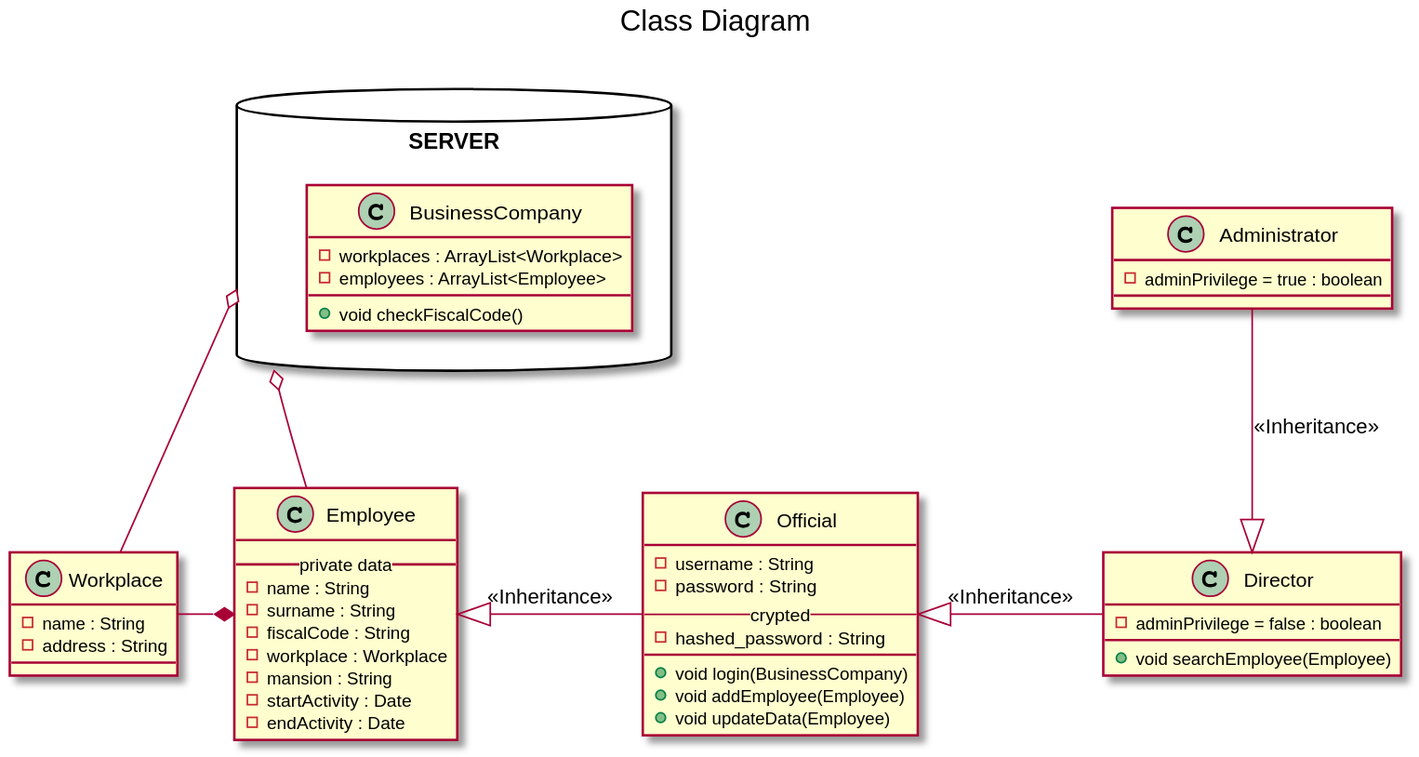
Above: Assegnamento3/src/main/resources/ClassDiagram.svg in danielepelleg/software_engineering (PlantUML), before the change. The source it was exported from:
```plantuml
@startuml
title Class Diagram

top to bottom direction

package SERVER <<Database>> {
  class BusinessCompany{
    -workplaces : ArrayList<Workplace>
    -employees : ArrayList<Employee>
    +void checkFiscalCode()
  }
}

SERVER o-down- Workplace
SERVER o-down- Employee

class Workplace{
    -name : String
    -address : String
}

class Employee {
    __ private data __
    -name : String
    -surname : String
    -fiscalCode : String
    -workplace : Workplace
    -mansion : String
    -startActivity : Date
    -endActivity : Date
}

Employee *-left- Workplace

class Official {
    -username : String
    -password : String
    -- crypted --
    -hashed_password : String
    ____
    +void login(BusinessCompany)
    +void addEmployee(Employee)
    +void updateData(Employee)
}

class Director {
    -adminPrivilege = false : boolean
    +void searchEmployee(Employee)
}

Employee <|-right- Official : <<Inheritance>>
Official <|-right- Director : <<Inheritance>>
Director <|-up- Administrator : <<Inheritance>>

class Administrator {
    -adminPrivilege = true : boolean
}
@enduml
```
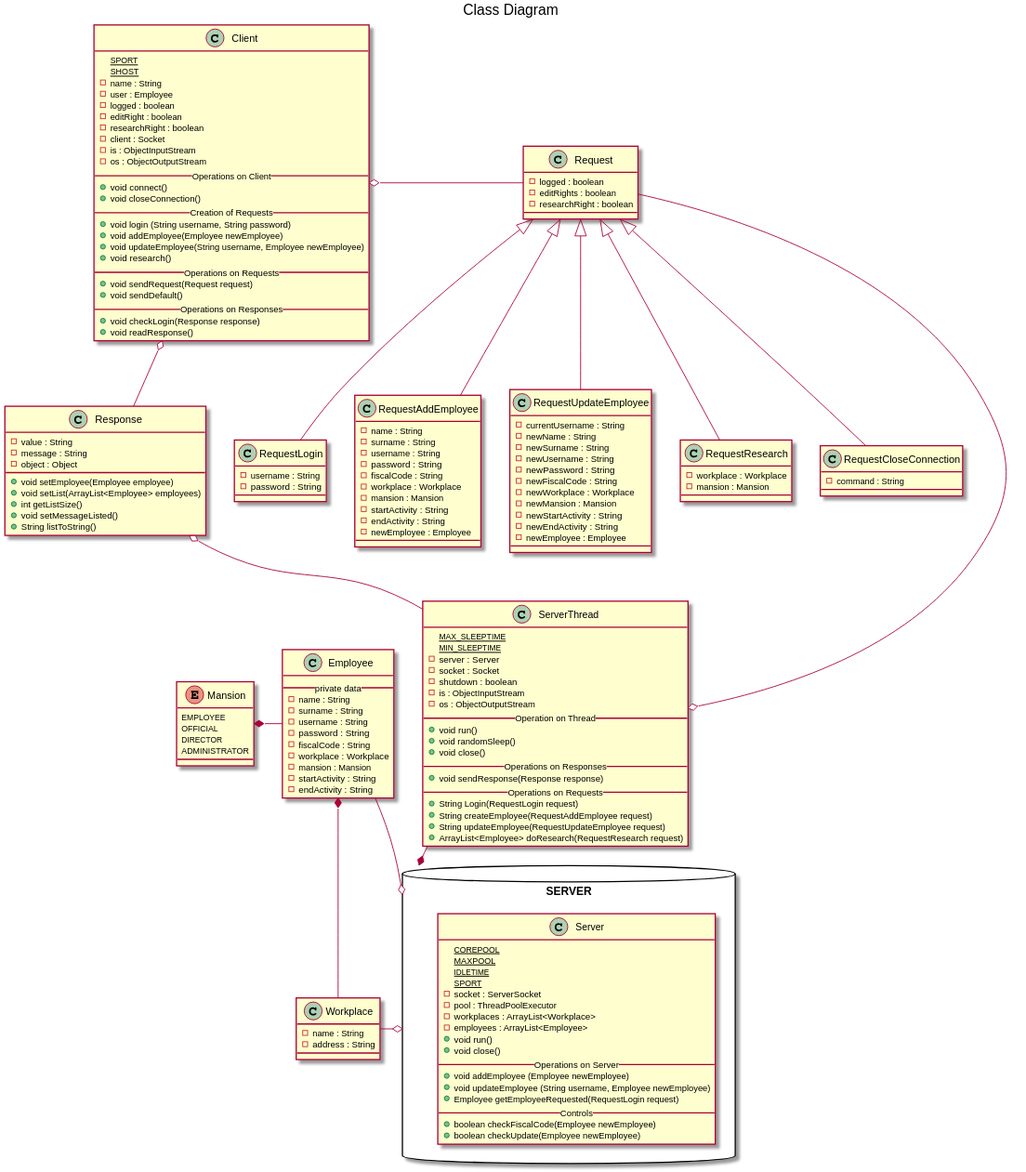
The same diagram one commit later.

Change to the diagram source:
```diff
@@ -4,15 +4,76 @@
 top to bottom direction
 
 package SERVER <<Database>> {
-  class BusinessCompany{
+  class Server{
+    {static} COREPOOL
+    {static} MAXPOOL
+    {static} IDLETIME
+    {static} SPORT
+    -socket : ServerSocket
+    -pool : ThreadPoolExecutor
     -workplaces : ArrayList<Workplace>
     -employees : ArrayList<Employee>
-    +void checkFiscalCode()
+    +void run()
+    +void close()
+    __ Operations on Server __
+    +void addEmployee (Employee newEmployee)
+    +void updateEmployee (String username, Employee newEmployee)
+    +Employee getEmployeeRequested(RequestLogin request)
+    __ Controls __
+    +boolean checkFiscalCode(Employee newEmployee)
+    +boolean checkUpdate(Employee newEmployee)
   }
 }
 
-SERVER o-down- Workplace
-SERVER o-down- Employee
+class ServerThread{
+    {static} MAX_SLEEPTIME
+    {static} MIN_SLEEPTIME
+    -server : Server
+    -socket : Socket
+    -shutdown : boolean
+    -is : ObjectInputStream
+    -os : ObjectOutputStream
+    __ Operation on Thread __
+    +void run()
+    +void randomSleep()
+    +void close()
+    __ Operations on Responses __
+    +void sendResponse(Response response)
+    __ Operations on Requests __
+    +String Login(RequestLogin request)
+    +String createEmployee(RequestAddEmployee request)
+    +String updateEmployee(RequestUpdateEmployee request)
+    +ArrayList<Employee> doResearch(RequestResearch request)
+}
+
+SERVER *-up- ServerThread
+
+class Client{
+    {static} SPORT
+    {static} SHOST
+    -name : String
+    -user : Employee
+    -logged : boolean
+    -editRight : boolean
+    -researchRight : boolean
+    -client : Socket
+    -is : ObjectInputStream
+    -os : ObjectOutputStream
+    __ Operations on Client __
+    +void connect()
+    +void closeConnection()
+    __ Creation of Requests __
+    +void login (String username, String password)
+        +void addEmployee(Employee newEmployee)
+        +void updateEmployee(String username, Employee newEmployee)
+        +void research()
+    __ Operations on Requests __
+    +void sendRequest(Request request)
+    +void sendDefault()
+    __ Operations on Responses __
+    +void checkLogin(Response response)
+    +void readResponse()
+}
 
 class Workplace{
     -name : String
@@ -23,36 +84,97 @@
     __ private data __
     -name : String
     -surname : String
+    -username : String
+    -password : String
     -fiscalCode : String
     -workplace : Workplace
-    -mansion : String
-    -startActivity : Date
-    -endActivity : Date
+    -mansion : Mansion
+    -startActivity : String
+    -endActivity : String
 }
 
-Employee *-left- Workplace
+Employee -o SERVER
+Workplace -o SERVER
 
-class Official {
+Enum Mansion {
+    EMPLOYEE
+    OFFICIAL
+    DIRECTOR
+    ADMINISTRATOR
+}
+
+class Request {
+    -logged : boolean
+    -editRights : boolean
+    -researchRight : boolean
+}
+
+Request -o ServerThread
+Request -right-o Client
+
+class RequestLogin{
     -username : String
     -password : String
-    -- crypted --
-    -hashed_password : String
-    ____
-    +void login(BusinessCompany)
-    +void addEmployee(Employee)
-    +void updateData(Employee)
 }
 
-class Director {
-    -adminPrivilege = false : boolean
-    +void searchEmployee(Employee)
+class RequestAddEmployee {
+    -name : String
+    -surname : String
+    -username : String
+    -password : String
+    -fiscalCode : String
+    -workplace : Workplace
+    -mansion : Mansion
+    -startActivity : String
+    -endActivity : String
+    -newEmployee : Employee
 }
 
-Employee <|-right- Official : <<Inheritance>>
-Official <|-right- Director : <<Inheritance>>
-Director <|-up- Administrator : <<Inheritance>>
+class RequestUpdateEmployee{
+    -currentUsername : String
+    -newName : String
+    -newSurname : String
+    -newUsername : String
+    -newPassword : String
+    -newFiscalCode : String
+    -newWorkplace : Workplace
+    -newMansion : Mansion
+    -newStartActivity : String
+    -newEndActivity : String
+    -newEmployee : Employee
+}
 
-class Administrator {
-    -adminPrivilege = true : boolean
+class RequestResearch{
+    -workplace : Workplace
+    -mansion : Mansion
 }
+
+class RequestCloseConnection{
+    -command : String
+}
+
+class Response{
+    -value : String
+    -message : String
+    -object : Object
+    +void setEmployee(Employee employee)
+    +void setList(ArrayList<Employee> employees)
+    +int getListSize()
+    +void setMessageListed()
+    +String listToString()
+}
+
+Response o-- ServerThread
+Response -down-o Client
+
+RequestLogin -up-|> Request
+RequestAddEmployee -up-|> Request
+RequestUpdateEmployee -up-|> Request
+RequestResearch -up-|> Request
+RequestCloseConnection -up-|> Request
+
+Employee -right-* Mansion
+Employee *-down- Workplace
+
+
 @enduml
```
